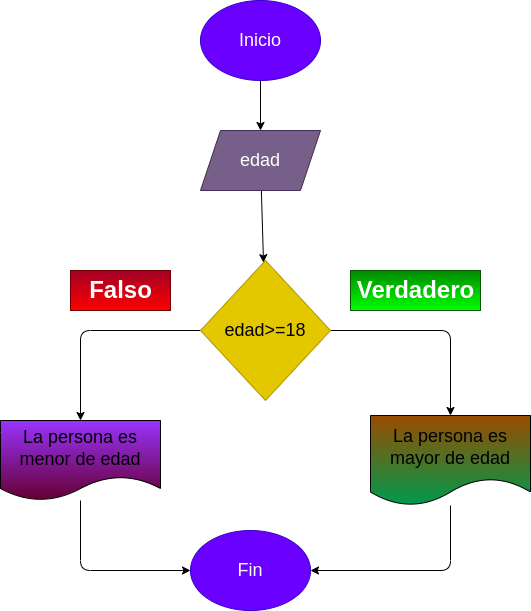
The draw.io diagram ejercicio4_precio/diagrama.png in juanomanino/EjerciciosIftemporal, before a commit. Source tidied: cells renumbered, new cells last; positions are measured from the earlier drawing's top-left corner, leaving out a move shared by most shapes. Its diagram source:
```xml
<mxGraphModel>
  <root>
    <mxCell id="0" />
    <mxCell id="1" parent="0" />
    <mxCell id="2" style="edgeStyle=none;html=1;fontSize=18;" parent="1" edge="1" source="3" target="5">
      <mxGeometry relative="1" as="geometry" />
    </mxCell>
    <mxCell id="3" value="&lt;font style=&quot;font-size: 18px&quot;&gt;Inicio&lt;/font&gt;" style="ellipse;whiteSpace=wrap;html=1;fillColor=#6a00ff;fontColor=#ffffff;strokeColor=#3700CC;" parent="1" vertex="1">
      <mxGeometry x="200" width="120" height="80" as="geometry" />
    </mxCell>
    <mxCell id="4" style="edgeStyle=none;html=1;fontSize=18;" parent="1" edge="1" source="5" target="8">
      <mxGeometry relative="1" as="geometry" />
    </mxCell>
    <mxCell id="5" value="&lt;font style=&quot;font-size: 18px&quot;&gt;edad&lt;/font&gt;" style="shape=parallelogram;perimeter=parallelogramPerimeter;whiteSpace=wrap;html=1;fixedSize=1;fillColor=#76608a;fontColor=#ffffff;strokeColor=#432D57;" parent="1" vertex="1">
      <mxGeometry x="200" y="130" width="120" height="60" as="geometry" />
    </mxCell>
    <mxCell id="6" style="edgeStyle=none;html=1;entryX=0.5;entryY=0;entryDx=0;entryDy=0;fontSize=18;" parent="1" edge="1" source="8" target="12">
      <mxGeometry relative="1" as="geometry">
        <Array as="points">
          <mxPoint x="450" y="330" />
        </Array>
      </mxGeometry>
    </mxCell>
    <mxCell id="7" style="edgeStyle=none;html=1;exitX=0;exitY=0.5;exitDx=0;exitDy=0;entryX=0.5;entryY=0;entryDx=0;entryDy=0;fontSize=18;" parent="1" edge="1" source="8" target="10">
      <mxGeometry relative="1" as="geometry">
        <Array as="points">
          <mxPoint x="80" y="330" />
        </Array>
      </mxGeometry>
    </mxCell>
    <mxCell id="8" value="edad&amp;gt;=18" style="rhombus;whiteSpace=wrap;html=1;fontSize=18;fillColor=#e3c800;fontColor=#000000;strokeColor=#B09500;" parent="1" vertex="1">
      <mxGeometry x="200" y="260" width="130" height="140" as="geometry" />
    </mxCell>
    <mxCell id="9" style="edgeStyle=none;html=1;entryX=0;entryY=0.5;entryDx=0;entryDy=0;fontSize=18;" parent="1" edge="1" source="10" target="15">
      <mxGeometry relative="1" as="geometry">
        <Array as="points">
          <mxPoint x="80" y="570" />
        </Array>
      </mxGeometry>
    </mxCell>
    <mxCell id="10" value="La persona es menor de edad" style="shape=document;whiteSpace=wrap;html=1;boundedLbl=1;fontSize=18;fillColor=#9933FF;gradientColor=#660033;" parent="1" vertex="1">
      <mxGeometry y="420" width="160" height="80" as="geometry" />
    </mxCell>
    <mxCell id="11" style="edgeStyle=none;html=1;entryX=1;entryY=0.5;entryDx=0;entryDy=0;fontSize=18;" parent="1" edge="1" source="12" target="15">
      <mxGeometry relative="1" as="geometry">
        <Array as="points">
          <mxPoint x="450" y="570" />
        </Array>
      </mxGeometry>
    </mxCell>
    <mxCell id="12" value="La persona es mayor de edad" style="shape=document;whiteSpace=wrap;html=1;boundedLbl=1;fontSize=18;gradientColor=#00994D;fillColor=#994C00;" parent="1" vertex="1">
      <mxGeometry x="370" y="415" width="160" height="90" as="geometry" />
    </mxCell>
    <mxCell id="13" value="Falso" style="text;strokeColor=#6F0000;fillColor=#a20025;html=1;fontSize=24;fontStyle=1;verticalAlign=middle;align=center;fontColor=#ffffff;gradientColor=#FF0000;" parent="1" vertex="1">
      <mxGeometry x="70" y="270" width="100" height="40" as="geometry" />
    </mxCell>
    <mxCell id="14" value="Verdadero" style="text;strokeColor=#005700;fillColor=#008a00;html=1;fontSize=24;fontStyle=1;verticalAlign=middle;align=center;fontColor=#ffffff;gradientColor=#00FF00;" parent="1" vertex="1">
      <mxGeometry x="350" y="270" width="130" height="40" as="geometry" />
    </mxCell>
    <mxCell id="15" value="Fin" style="ellipse;whiteSpace=wrap;html=1;fontSize=18;fillColor=#6a00ff;fontColor=#ffffff;strokeColor=#3700CC;" parent="1" vertex="1">
      <mxGeometry x="190" y="530" width="120" height="80" as="geometry" />
    </mxCell>
  </root>
</mxGraphModel>
```
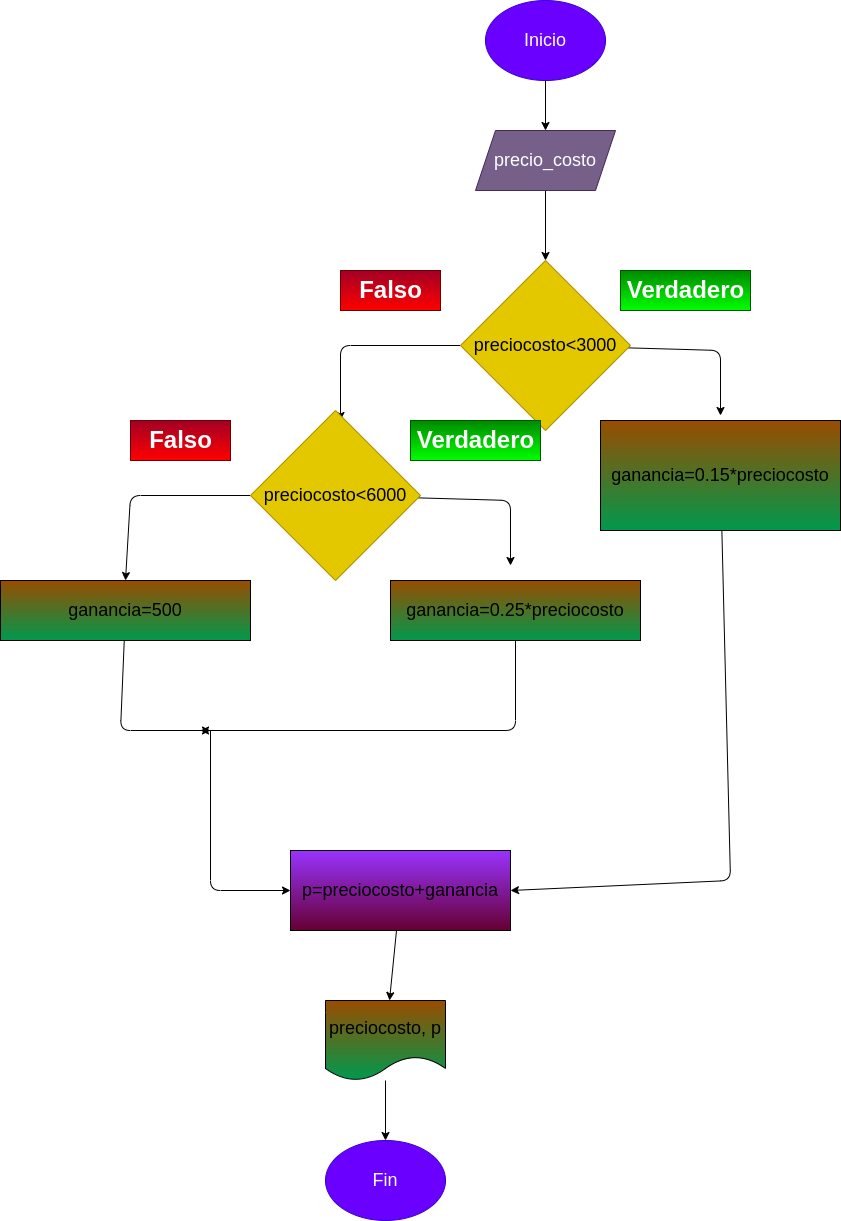
The same file after the commit.

Diff of the diagram source:
```diff
@@ -6,51 +6,38 @@
       <mxGeometry relative="1" as="geometry" />
     </mxCell>
     <mxCell id="3" value="&lt;font style=&quot;font-size: 18px&quot;&gt;Inicio&lt;/font&gt;" style="ellipse;whiteSpace=wrap;html=1;fillColor=#6a00ff;fontColor=#ffffff;strokeColor=#3700CC;" parent="1" vertex="1">
-      <mxGeometry x="200" width="120" height="80" as="geometry" />
+      <mxGeometry x="215" width="120" height="80" as="geometry" />
     </mxCell>
     <mxCell id="4" style="edgeStyle=none;html=1;fontSize=18;" parent="1" edge="1" source="5" target="8">
       <mxGeometry relative="1" as="geometry" />
     </mxCell>
-    <mxCell id="5" value="&lt;font style=&quot;font-size: 18px&quot;&gt;edad&lt;/font&gt;" style="shape=parallelogram;perimeter=parallelogramPerimeter;whiteSpace=wrap;html=1;fixedSize=1;fillColor=#76608a;fontColor=#ffffff;strokeColor=#432D57;" parent="1" vertex="1">
-      <mxGeometry x="200" y="130" width="120" height="60" as="geometry" />
+    <mxCell id="5" value="&lt;font style=&quot;font-size: 18px&quot;&gt;precio_costo&lt;/font&gt;" style="shape=parallelogram;perimeter=parallelogramPerimeter;whiteSpace=wrap;html=1;fixedSize=1;fillColor=#76608a;fontColor=#ffffff;strokeColor=#432D57;" parent="1" vertex="1">
+      <mxGeometry x="205" y="130" width="140" height="60" as="geometry" />
     </mxCell>
-    <mxCell id="6" style="edgeStyle=none;html=1;entryX=0.5;entryY=0;entryDx=0;entryDy=0;fontSize=18;" parent="1" edge="1" source="8" target="12">
+    <mxCell id="6" style="edgeStyle=none;html=1;entryX=0.5;entryY=0;entryDx=0;entryDy=0;fontSize=18;" parent="1" edge="1" source="8">
       <mxGeometry relative="1" as="geometry">
+        <mxPoint x="450" y="415" as="targetPoint" />
         <Array as="points">
-          <mxPoint x="450" y="330" />
+          <mxPoint x="450" y="350" />
         </Array>
       </mxGeometry>
     </mxCell>
-    <mxCell id="7" style="edgeStyle=none;html=1;exitX=0;exitY=0.5;exitDx=0;exitDy=0;entryX=0.5;entryY=0;entryDx=0;entryDy=0;fontSize=18;" parent="1" edge="1" source="8" target="10">
+    <mxCell id="7" style="edgeStyle=none;html=1;exitX=0;exitY=0.5;exitDx=0;exitDy=0;entryX=0.5;entryY=0;entryDx=0;entryDy=0;fontSize=18;" parent="1" edge="1" source="8">
       <mxGeometry relative="1" as="geometry">
+        <mxPoint x="70" y="420" as="targetPoint" />
         <Array as="points">
-          <mxPoint x="80" y="330" />
+          <mxPoint x="70" y="345" />
         </Array>
       </mxGeometry>
     </mxCell>
-    <mxCell id="8" value="edad&amp;gt;=18" style="rhombus;whiteSpace=wrap;html=1;fontSize=18;fillColor=#e3c800;fontColor=#000000;strokeColor=#B09500;" parent="1" vertex="1">
-      <mxGeometry x="200" y="260" width="130" height="140" as="geometry" />
+    <mxCell id="8" value="preciocosto&amp;lt;3000" style="rhombus;whiteSpace=wrap;html=1;fontSize=18;fillColor=#e3c800;fontColor=#000000;strokeColor=#B09500;" parent="1" vertex="1">
+      <mxGeometry x="190" y="260" width="170" height="170" as="geometry" />
     </mxCell>
-    <mxCell id="9" style="edgeStyle=none;html=1;entryX=0;entryY=0.5;entryDx=0;entryDy=0;fontSize=18;" parent="1" edge="1" source="10" target="15">
-      <mxGeometry relative="1" as="geometry">
-        <Array as="points">
-          <mxPoint x="80" y="570" />
-        </Array>
-      </mxGeometry>
-    </mxCell>
-    <mxCell id="10" value="La persona es menor de edad" style="shape=document;whiteSpace=wrap;html=1;boundedLbl=1;fontSize=18;fillColor=#9933FF;gradientColor=#660033;" parent="1" vertex="1">
-      <mxGeometry y="420" width="160" height="80" as="geometry" />
-    </mxCell>
-    <mxCell id="11" style="edgeStyle=none;html=1;entryX=1;entryY=0.5;entryDx=0;entryDy=0;fontSize=18;" parent="1" edge="1" source="12" target="15">
-      <mxGeometry relative="1" as="geometry">
-        <Array as="points">
-          <mxPoint x="450" y="570" />
-        </Array>
-      </mxGeometry>
-    </mxCell>
-    <mxCell id="12" value="La persona es mayor de edad" style="shape=document;whiteSpace=wrap;html=1;boundedLbl=1;fontSize=18;gradientColor=#00994D;fillColor=#994C00;" parent="1" vertex="1">
-      <mxGeometry x="370" y="415" width="160" height="90" as="geometry" />
-    </mxCell>
+    <mxCell id="16" style="edgeStyle=none;html=1;" parent="1" edge="1" target="18">
+      <mxGeometry relative="1" as="geometry">
+        <mxPoint x="463.8" y="505" as="sourcePoint" />
+      </mxGeometry>
+    </mxCell>
     <mxCell id="13" value="Falso" style="text;strokeColor=#6F0000;fillColor=#a20025;html=1;fontSize=24;fontStyle=1;verticalAlign=middle;align=center;fontColor=#ffffff;gradientColor=#FF0000;" parent="1" vertex="1">
       <mxGeometry x="70" y="270" width="100" height="40" as="geometry" />
     </mxCell>
@@ -58,7 +45,83 @@
       <mxGeometry x="350" y="270" width="130" height="40" as="geometry" />
     </mxCell>
     <mxCell id="15" value="Fin" style="ellipse;whiteSpace=wrap;html=1;fontSize=18;fillColor=#6a00ff;fontColor=#ffffff;strokeColor=#3700CC;" parent="1" vertex="1">
-      <mxGeometry x="190" y="530" width="120" height="80" as="geometry" />
+      <mxGeometry x="55" y="1140" width="120" height="80" as="geometry" />
     </mxCell>
+    <mxCell id="17" style="edgeStyle=none;html=1;entryX=1;entryY=0.5;entryDx=0;entryDy=0;" parent="1" edge="1" source="18" target="22">
+      <mxGeometry relative="1" as="geometry">
+        <Array as="points">
+          <mxPoint x="460" y="880" />
+        </Array>
+      </mxGeometry>
+    </mxCell>
+    <mxCell id="18" value="&lt;span&gt;ganancia=0.15*preciocosto&lt;/span&gt;" style="whiteSpace=wrap;html=1;fontSize=18;fillColor=#994C00;gradientColor=#00994D;" parent="1" vertex="1">
+      <mxGeometry x="330" y="420" width="240" height="110" as="geometry" />
+    </mxCell>
+    <mxCell id="19" style="edgeStyle=none;html=1;entryX=0.5;entryY=0;entryDx=0;entryDy=0;" parent="1" edge="1" source="20" target="15">
+      <mxGeometry relative="1" as="geometry" />
+    </mxCell>
+    <mxCell id="20" value="preciocosto, p" style="shape=document;whiteSpace=wrap;html=1;boundedLbl=1;fontSize=18;fillColor=#994C00;gradientColor=#00994D;" parent="1" vertex="1">
+      <mxGeometry x="55" y="1000" width="120" height="80" as="geometry" />
+    </mxCell>
+    <mxCell id="21" style="edgeStyle=none;html=1;" parent="1" edge="1" source="22" target="20">
+      <mxGeometry relative="1" as="geometry" />
+    </mxCell>
+    <mxCell id="22" value="p=preciocosto+ganancia" style="whiteSpace=wrap;html=1;fontSize=18;fillColor=#9933FF;gradientColor=#660033;" parent="1" vertex="1">
+      <mxGeometry x="20" y="850" width="220" height="80" as="geometry" />
+    </mxCell>
+    <mxCell id="23" style="edgeStyle=none;html=1;entryX=0.5;entryY=0;entryDx=0;entryDy=0;fontSize=18;" parent="1" edge="1" source="25">
+      <mxGeometry relative="1" as="geometry">
+        <mxPoint x="240" y="565" as="targetPoint" />
+        <Array as="points">
+          <mxPoint x="240" y="500" />
+        </Array>
+      </mxGeometry>
+    </mxCell>
+    <mxCell id="24" style="edgeStyle=none;html=1;exitX=0;exitY=0.5;exitDx=0;exitDy=0;entryX=0.5;entryY=0;entryDx=0;entryDy=0;fontSize=18;" parent="1" edge="1" source="25" target="31">
+      <mxGeometry relative="1" as="geometry">
+        <Array as="points">
+          <mxPoint x="-140" y="495" />
+        </Array>
+      </mxGeometry>
+    </mxCell>
+    <mxCell id="25" value="preciocosto&amp;lt;6000" style="rhombus;whiteSpace=wrap;html=1;fontSize=18;fillColor=#e3c800;fontColor=#000000;strokeColor=#B09500;" parent="1" vertex="1">
+      <mxGeometry x="-20" y="410" width="170" height="170" as="geometry" />
+    </mxCell>
+    <mxCell id="26" value="Falso" style="text;strokeColor=#6F0000;fillColor=#a20025;html=1;fontSize=24;fontStyle=1;verticalAlign=middle;align=center;fontColor=#ffffff;gradientColor=#FF0000;" parent="1" vertex="1">
+      <mxGeometry x="-140" y="420" width="100" height="40" as="geometry" />
+    </mxCell>
+    <mxCell id="27" value="Verdadero" style="text;strokeColor=#005700;fillColor=#008a00;html=1;fontSize=24;fontStyle=1;verticalAlign=middle;align=center;fontColor=#ffffff;gradientColor=#00FF00;" parent="1" vertex="1">
+      <mxGeometry x="140" y="420" width="130" height="40" as="geometry" />
+    </mxCell>
+    <mxCell id="28" style="edgeStyle=none;html=1;" parent="1" edge="1" source="29">
+      <mxGeometry relative="1" as="geometry">
+        <mxPoint x="-70" y="730" as="targetPoint" />
+        <Array as="points">
+          <mxPoint x="245" y="730" />
+        </Array>
+      </mxGeometry>
+    </mxCell>
+    <mxCell id="29" value="&lt;span&gt;ganancia=0.2&lt;/span&gt;&lt;span style=&quot;color: rgba(0 , 0 , 0 , 0) ; font-family: monospace ; font-size: 0px&quot;&gt;%3CmxGraphModel%3E%3Croot%3E%3CmxCell%20id%3D%220%22%2F%3E%3CmxCell%20id%3D%221%22%20parent%3D%220%22%2F%3E%3CmxCell%20id%3D%222%22%20style%3D%22edgeStyle%3Dnone%3Bhtml%3D1%3BentryX%3D0.5%3BentryY%3D0%3BentryDx%3D0%3BentryDy%3D0%3BfontSize%3D18%3B%22%20edge%3D%221%22%20source%3D%224%22%20parent%3D%221%22%3E%3CmxGeometry%20relative%3D%221%22%20as%3D%22geometry%22%3E%3CArray%20as%3D%22points%22%3E%3CmxPoint%20x%3D%22500%22%20y%3D%22430%22%2F%3E%3C%2FArray%3E%3CmxPoint%20x%3D%22500%22%20y%3D%22495%22%20as%3D%22targetPoint%22%2F%3E%3C%2FmxGeometry%3E%3C%2FmxCell%3E%3CmxCell%20id%3D%223%22%20style%3D%22edgeStyle%3Dnone%3Bhtml%3D1%3BexitX%3D0%3BexitY%3D0.5%3BexitDx%3D0%3BexitDy%3D0%3BentryX%3D0.5%3BentryY%3D0%3BentryDx%3D0%3BentryDy%3D0%3BfontSize%3D18%3B%22%20edge%3D%221%22%20source%3D%224%22%20parent%3D%221%22%3E%3CmxGeometry%20relative%3D%221%22%20as%3D%22geometry%22%3E%3CArray%20as%3D%22points%22%3E%3CmxPoint%20x%3D%22120%22%20y%3D%22425%22%2F%3E%3C%2FArray%3E%3CmxPoint%20x%3D%22120%22%20y%3D%22500%22%20as%3D%22targetPoint%22%2F%3E%3C%2FmxGeometry%3E%3C%2FmxCell%3E%3CmxCell%20id%3D%224%22%20value%3D%22preciocosto%26amp%3Blt%3B3000%22%20style%3D%22rhombus%3BwhiteSpace%3Dwrap%3Bhtml%3D1%3BfontSize%3D18%3BfillColor%3D%23e3c800%3BfontColor%3D%23000000%3BstrokeColor%3D%23B09500%3B%22%20vertex%3D%221%22%20parent%3D%221%22%3E%3CmxGeometry%20x%3D%22240%22%20y%3D%22340%22%20width%3D%22170%22%20height%3D%22170%22%20as%3D%22geometry%22%2F%3E%3C%2FmxCell%3E%3CmxCell%20id%3D%225%22%20value%3D%22%22%20style%3D%22edgeStyle%3Dnone%3Bhtml%3D1%3B%22%20edge%3D%221%22%20target%3D%228%22%20parent%3D%221%22%3E%3CmxGeometry%20relative%3D%221%22%20as%3D%22geometry%22%3E%3CmxPoint%20x%3D%22513.8461538461538%22%20y%3D%22585%22%20as%3D%22sourcePoint%22%2F%3E%3C%2FmxGeometry%3E%3C%2FmxCell%3E%3CmxCell%20id%3D%226%22%20value%3D%22Falso%22%20style%3D%22text%3BstrokeColor%3D%236F0000%3BfillColor%3D%23a20025%3Bhtml%3D1%3BfontSize%3D24%3BfontStyle%3D1%3BverticalAlign%3Dmiddle%3Balign%3Dcenter%3BfontColor%3D%23ffffff%3BgradientColor%3D%23FF0000%3B%22%20vertex%3D%221%22%20parent%3D%221%22%3E%3CmxGeometry%20x%3D%22120%22%20y%3D%22350%22%20width%3D%22100%22%20height%3D%2240%22%20as%3D%22geometry%22%2F%3E%3C%2FmxCell%3E%3CmxCell%20id%3D%227%22%20value%3D%22Verdadero%22%20style%3D%22text%3BstrokeColor%3D%23005700%3BfillColor%3D%23008a00%3Bhtml%3D1%3BfontSize%3D24%3BfontStyle%3D1%3BverticalAlign%3Dmiddle%3Balign%3Dcenter%3BfontColor%3D%23ffffff%3BgradientColor%3D%2300FF00%3B%22%20vertex%3D%221%22%20parent%3D%221%22%3E%3CmxGeometry%20x%3D%22400%22%20y%3D%22350%22%20width%3D%22130%22%20height%3D%2240%22%20as%3D%22geometry%22%2F%3E%3C%2FmxCell%3E%3CmxCell%20id%3D%228%22%20value%3D%22%26lt%3Bspan%26gt%3Bganancia%3D0.15*preciocosto%26lt%3B%2Fspan%26gt%3B%22%20style%3D%22whiteSpace%3Dwrap%3Bhtml%3D1%3BfontSize%3D18%3BfillColor%3D%23994C00%3BgradientColor%3D%2300994D%3B%22%20vertex%3D%221%22%20parent%3D%221%22%3E%3CmxGeometry%20x%3D%22380%22%20y%3D%22500%22%20width%3D%22240%22%20height%3D%22110%22%20as%3D%22geometry%22%2F%3E%3C%2FmxCell%3E%3C%2Froot%3E%3C%2FmxGraphModel%3E&lt;/span&gt;&lt;span&gt;5*preciocosto&lt;/span&gt;" style="whiteSpace=wrap;html=1;fontSize=18;fillColor=#994C00;gradientColor=#00994D;" parent="1" vertex="1">
+      <mxGeometry x="120" y="580" width="250" height="60" as="geometry" />
+    </mxCell>
+    <mxCell id="30" style="edgeStyle=none;html=1;" parent="1" edge="1" source="31">
+      <mxGeometry relative="1" as="geometry">
+        <mxPoint x="-60" y="730" as="targetPoint" />
+        <Array as="points">
+          <mxPoint x="-150" y="730" />
+        </Array>
+      </mxGeometry>
+    </mxCell>
+    <mxCell id="31" value="&lt;span&gt;ganancia=500&lt;/span&gt;" style="whiteSpace=wrap;html=1;fontSize=18;fillColor=#994C00;gradientColor=#00994D;" parent="1" vertex="1">
+      <mxGeometry x="-270" y="580" width="250" height="60" as="geometry" />
+    </mxCell>
+    <mxCell id="32" style="endArrow=classic;html=1;entryX=0;entryY=0.5;entryDx=0;entryDy=0;" parent="1" edge="1" target="22">
+      <mxGeometry relative="1" as="geometry">
+        <mxPoint x="-60" y="730" as="sourcePoint" />
+        <Array as="points">
+          <mxPoint x="-60" y="890" />
+        </Array>
+      </mxGeometry>
+    </mxCell>
   </root>
 </mxGraphModel>
```
